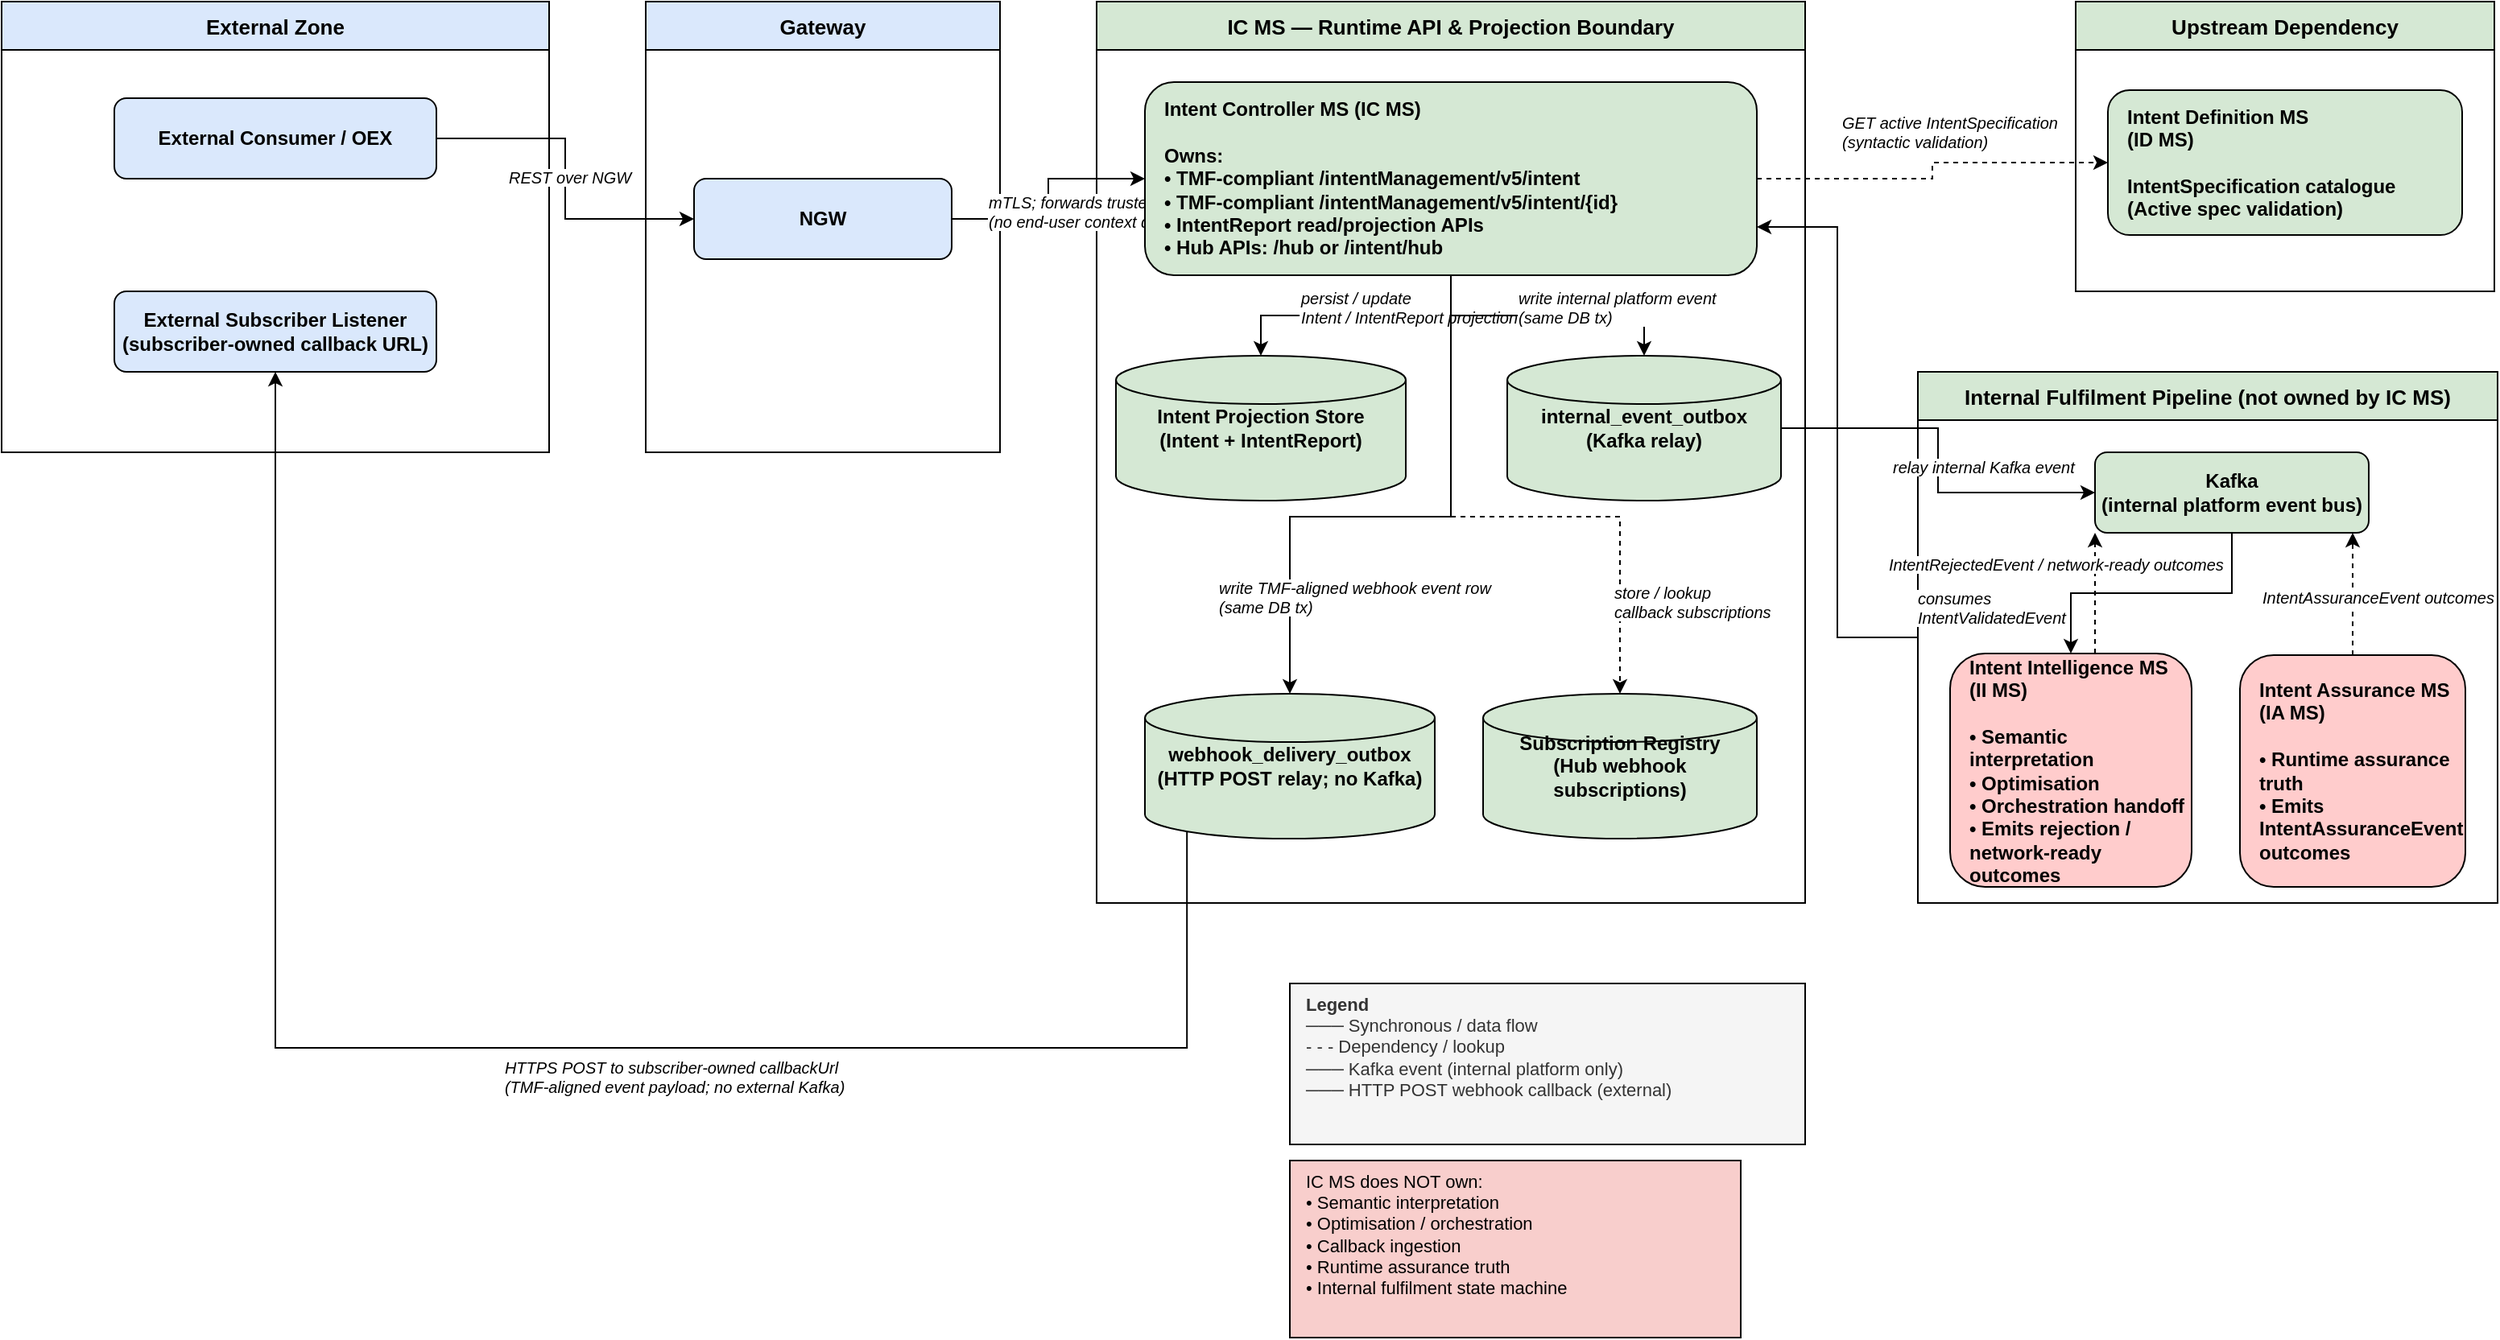
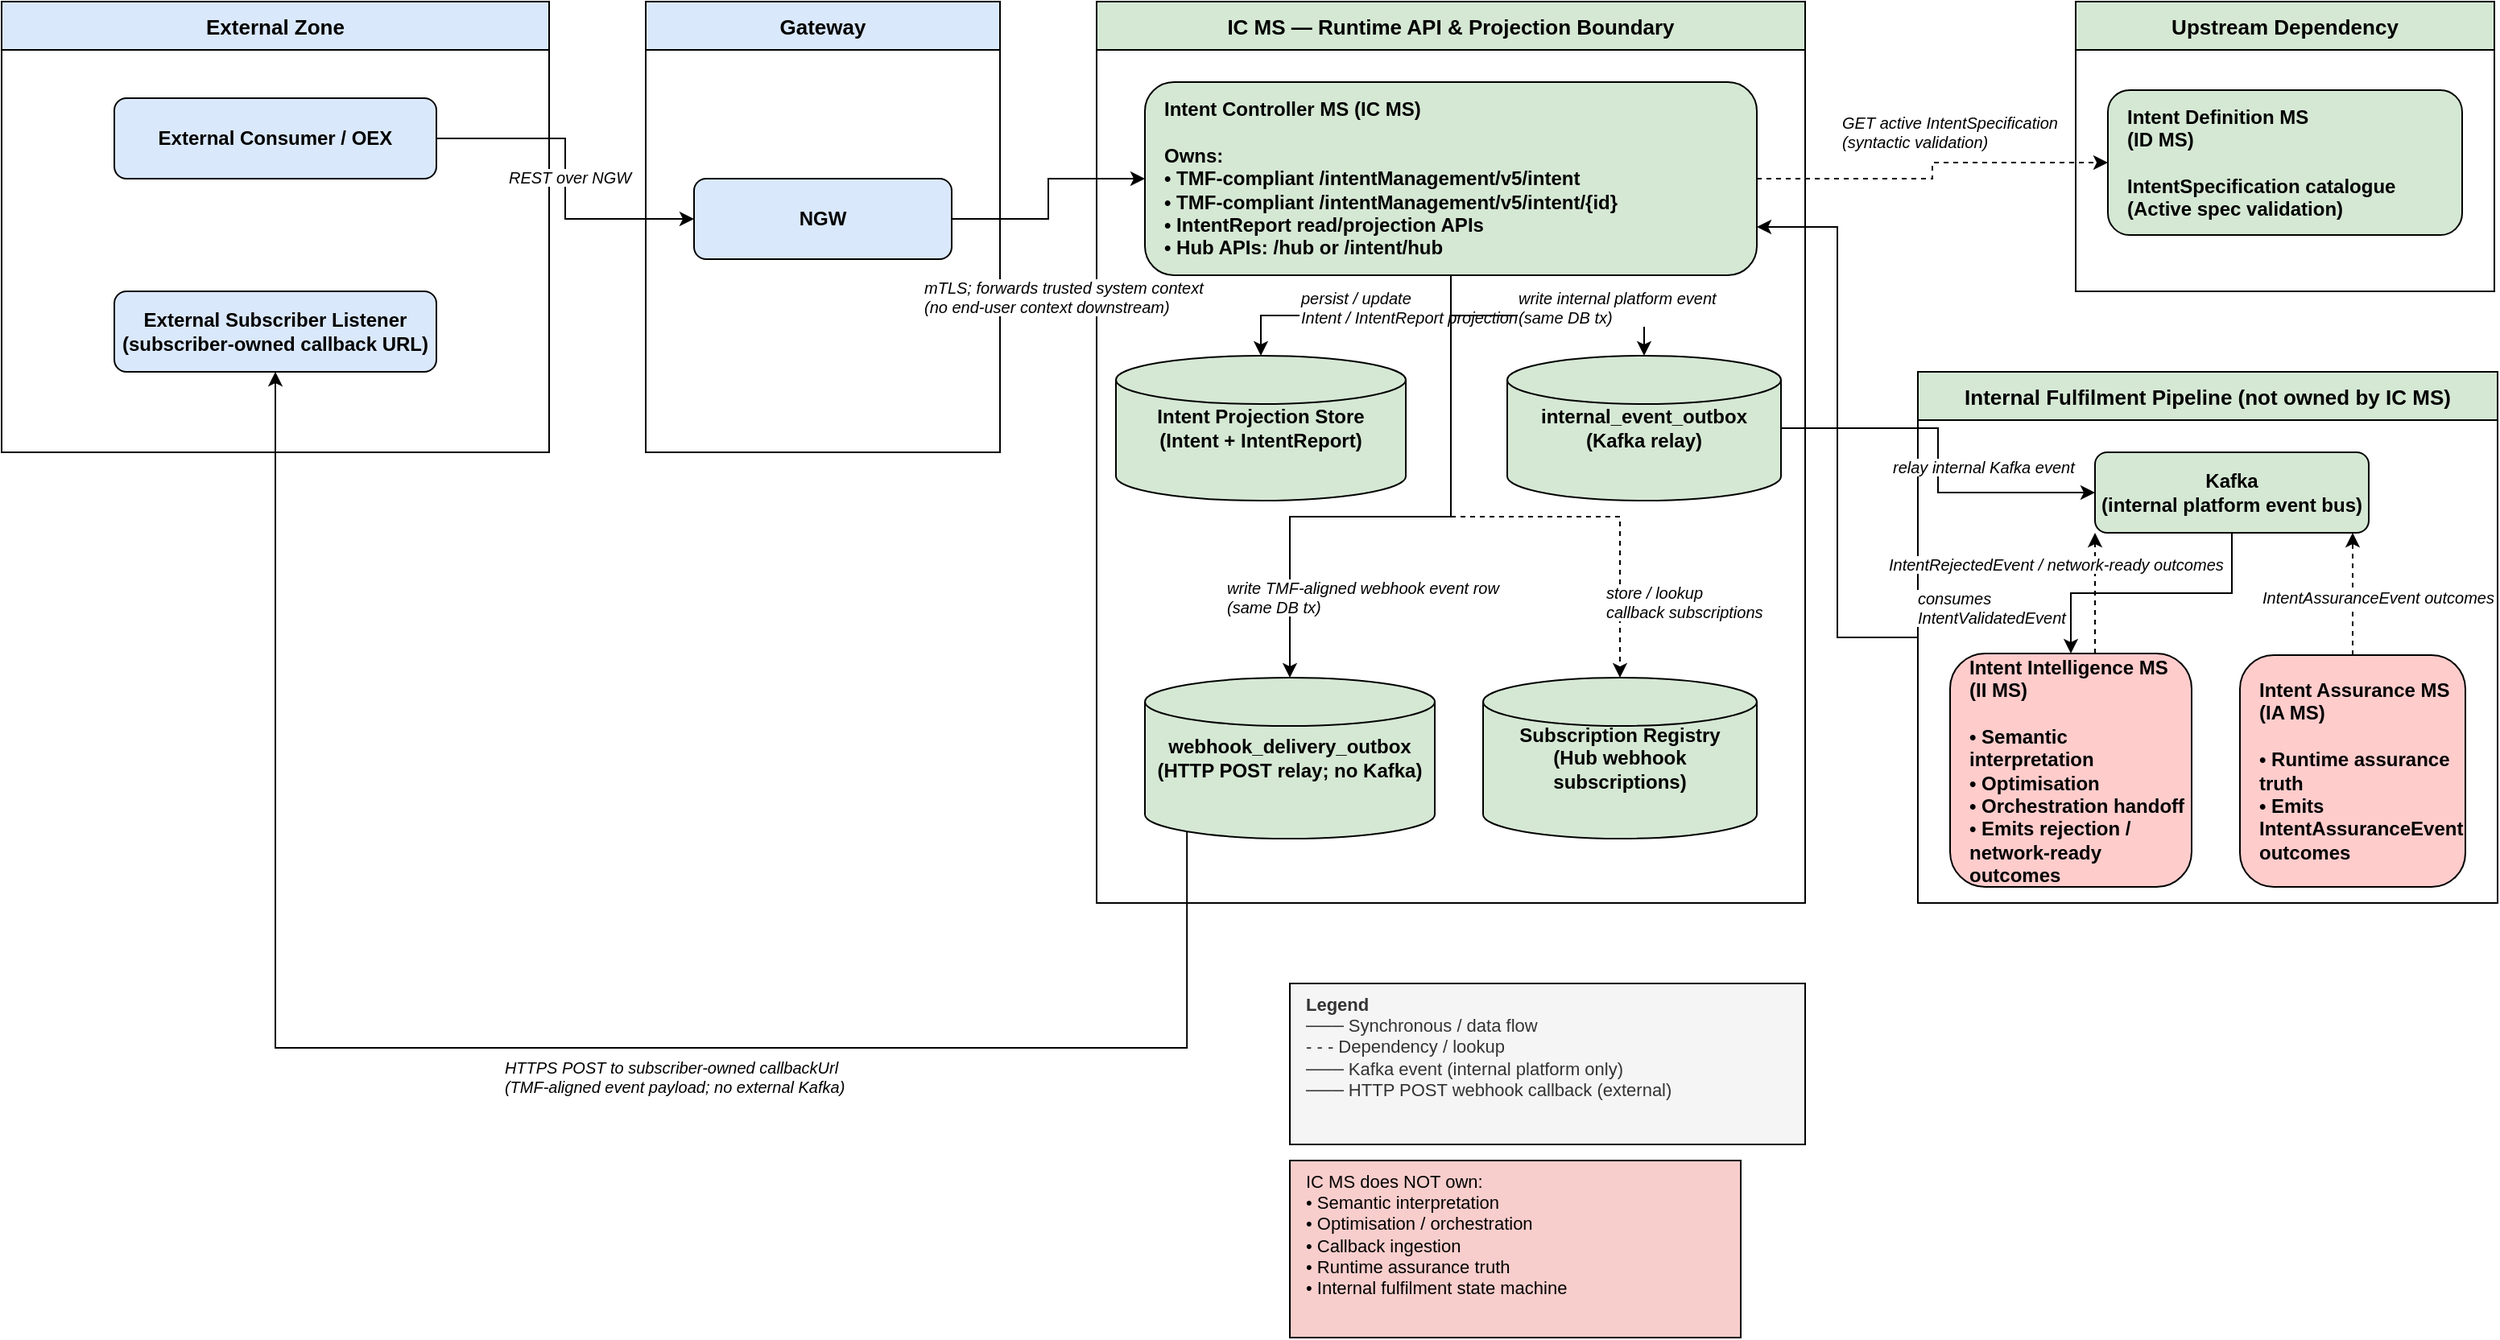
<mxfile host="65bd71144e">
    <diagram name="IC MS - Logical View" id="ic-ms-logical-view">
-         <mxGraphModel dx="716" dy="633" grid="1" gridSize="10" guides="1" tooltips="1" connect="1" arrows="1" fold="1" page="1" pageScale="1" pageWidth="1654" pageHeight="1169" math="0" shadow="0">
+         <mxGraphModel dx="729" dy="633" grid="1" gridSize="10" guides="1" tooltips="1" connect="1" arrows="1" fold="1" page="1" pageScale="1" pageWidth="1654" pageHeight="1169" math="0" shadow="0">
            <root>
                <mxCell id="0"/>
                <mxCell id="1" parent="0"/>
                <mxCell id="zone_external" value="External Zone" style="swimlane;startSize=30;fillColor=#dae8fc;strokeColor=default;fontStyle=1;fontSize=13;horizontal=1;container=0;" parent="1" vertex="1">
                    <mxGeometry x="40" y="40" width="340" height="280" as="geometry"/>
                </mxCell>
                <mxCell id="zone_gateway" value="Gateway" style="swimlane;startSize=30;fillColor=#dae8fc;strokeColor=default;fontStyle=1;fontSize=13;horizontal=1;container=0;" parent="1" vertex="1">
                    <mxGeometry x="440" y="40" width="220" height="280" as="geometry"/>
                </mxCell>
                <mxCell id="zone_icms" value="IC MS — Runtime API &amp; Projection Boundary" style="swimlane;startSize=30;fillColor=#d5e8d4;strokeColor=default;fontStyle=1;fontSize=13;horizontal=1;container=0;" parent="1" vertex="1">
                    <mxGeometry x="720" y="40" width="440" height="560" as="geometry"/>
                </mxCell>
                <mxCell id="zone_idms" value="Upstream Dependency" style="swimlane;startSize=30;fillColor=#d5e8d4;strokeColor=default;fontStyle=1;fontSize=13;horizontal=1;container=0;" parent="1" vertex="1">
                    <mxGeometry x="1328" y="40" width="260" height="180" as="geometry"/>
                </mxCell>
                <mxCell id="0MlcjW0cjBZ2ITzH3IxV-1" style="edgeStyle=orthogonalEdgeStyle;rounded=0;orthogonalLoop=1;jettySize=auto;html=1;entryX=1;entryY=0.75;entryDx=0;entryDy=0;fillColor=#d5e8d4;strokeColor=default;" parent="1" source="zone_internal" target="icms_core" edge="1">
                    <mxGeometry relative="1" as="geometry"/>
                </mxCell>
                <mxCell id="zone_internal" value="Internal Fulfilment Pipeline (not owned by IC MS)" style="swimlane;startSize=30;fillColor=#d5e8d4;strokeColor=default;fontStyle=1;fontSize=13;horizontal=1;container=0;" parent="1" vertex="1">
                    <mxGeometry x="1230" y="270" width="360" height="330" as="geometry"/>
                </mxCell>
                <mxCell id="e1" style="edgeStyle=orthogonalEdgeStyle;rounded=0;" parent="1" source="ext_consumer" target="gateway" edge="1">
                    <mxGeometry relative="1" as="geometry"/>
                </mxCell>
                <mxCell id="e1_lbl" value="REST over NGW" style="edgeLabel;fontSize=10;fontStyle=2;container=0;" parent="e1" connectable="0" vertex="1">
                    <mxGeometry relative="0.5" as="geometry">
                        <mxPoint x="-37" y="-13" as="offset"/>
                    </mxGeometry>
                </mxCell>
                <mxCell id="e2" style="edgeStyle=orthogonalEdgeStyle;rounded=0;" parent="1" source="gateway" target="icms_core" edge="1">
                    <mxGeometry relative="1" as="geometry"/>
                </mxCell>
                <mxCell id="e2_lbl" value="mTLS; forwards trusted system context&#xa;(no end-user context downstream)" style="edgeLabel;fontSize=10;fontStyle=2;container=0;" parent="e2" connectable="0" vertex="1">
                    <mxGeometry relative="0.5" as="geometry">
-                         <mxPoint x="-39" y="-10" as="offset"/>
+                         <mxPoint x="-79" y="43" as="offset"/>
                    </mxGeometry>
                </mxCell>
                <mxCell id="e3" style="edgeStyle=orthogonalEdgeStyle;rounded=0;dashed=1;fillColor=#d5e8d4;strokeColor=default;" parent="1" source="icms_core" target="idms" edge="1">
                    <mxGeometry relative="1" as="geometry"/>
                </mxCell>
                <mxCell id="e3_lbl" value="GET active IntentSpecification&#xa;(syntactic validation)" style="edgeLabel;fontSize=10;fontStyle=2;container=0;" parent="e3" connectable="0" vertex="1">
                    <mxGeometry relative="0.5" as="geometry">
                        <mxPoint x="-58" y="-42" as="offset"/>
                    </mxGeometry>
                </mxCell>
                <mxCell id="e4" style="edgeStyle=orthogonalEdgeStyle;rounded=0;fillColor=#d5e8d4;strokeColor=default;" parent="1" source="icms_core" target="intent_store" edge="1">
                    <mxGeometry relative="1" as="geometry"/>
                </mxCell>
                <mxCell id="e4_lbl" value="persist / update&#xa;Intent / IntentReport projection" style="edgeLabel;fontSize=10;fontStyle=2;container=0;" parent="e4" connectable="0" vertex="1">
                    <mxGeometry relative="0.5" as="geometry">
                        <mxPoint x="-36" y="-23" as="offset"/>
                    </mxGeometry>
                </mxCell>
                <mxCell id="e5" style="edgeStyle=orthogonalEdgeStyle;rounded=0;fillColor=#d5e8d4;strokeColor=default;" parent="1" source="icms_core" target="int_outbox" edge="1">
                    <mxGeometry relative="1" as="geometry"/>
                </mxCell>
                <mxCell id="e5_lbl" value="write internal platform event&#xa;(same DB tx)" style="edgeLabel;fontSize=10;fontStyle=2;container=0;" parent="e5" connectable="0" vertex="1">
                    <mxGeometry relative="0.5" as="geometry">
                        <mxPoint x="-20" y="-23" as="offset"/>
                    </mxGeometry>
                </mxCell>
                <mxCell id="e6" style="edgeStyle=orthogonalEdgeStyle;rounded=0;fillColor=#d5e8d4;strokeColor=default;" parent="1" source="int_outbox" target="kafka" edge="1">
                    <mxGeometry relative="1" as="geometry"/>
                </mxCell>
                <mxCell id="e6_lbl" value="relay internal Kafka event" style="edgeLabel;fontSize=10;fontStyle=2;container=0;" parent="e6" connectable="0" vertex="1">
                    <mxGeometry relative="0.5" as="geometry">
                        <mxPoint x="-30" y="-8" as="offset"/>
                    </mxGeometry>
                </mxCell>
                <mxCell id="e7" style="edgeStyle=orthogonalEdgeStyle;rounded=0;fillColor=#d5e8d4;strokeColor=default;" parent="1" source="kafka" target="iims" edge="1">
                    <mxGeometry relative="1" as="geometry"/>
                </mxCell>
                <mxCell id="e7_lbl" value="consumes&#xa;IntentValidatedEvent" style="edgeLabel;fontSize=10;fontStyle=2;container=0;" parent="e7" connectable="0" vertex="1">
                    <mxGeometry relative="0.5" as="geometry">
                        <mxPoint x="-147" y="-9" as="offset"/>
                    </mxGeometry>
                </mxCell>
                <mxCell id="e8" style="edgeStyle=orthogonalEdgeStyle;rounded=0;dashed=1;fillColor=#d5e8d4;strokeColor=default;" parent="1" source="iims" target="kafka" edge="1">
                    <mxGeometry relative="1" as="geometry">
                        <Array as="points">
                            <mxPoint x="1310" y="490"/>
                            <mxPoint x="1380" y="490"/>
                            <mxPoint x="1380" y="360"/>
                        </Array>
                    </mxGeometry>
                </mxCell>
                <mxCell id="e8_lbl" value="IntentRejectedEvent / network-ready outcomes" style="edgeLabel;fontSize=10;fontStyle=2;container=0;" parent="e8" connectable="0" vertex="1">
                    <mxGeometry relative="0.5" as="geometry">
                        <mxPoint x="-130" y="-30" as="offset"/>
                    </mxGeometry>
                </mxCell>
                <mxCell id="e9" style="edgeStyle=orthogonalEdgeStyle;rounded=0;dashed=1;fillColor=#d5e8d4;strokeColor=default;" parent="1" source="iams" target="kafka" edge="1">
                    <mxGeometry relative="1" as="geometry">
                        <Array as="points">
                            <mxPoint x="1450" y="490"/>
                            <mxPoint x="1450" y="360"/>
                        </Array>
                    </mxGeometry>
                </mxCell>
                <mxCell id="e9_lbl" value="IntentAssuranceEvent outcomes" style="edgeLabel;fontSize=10;fontStyle=2;container=0;" parent="e9" connectable="0" vertex="1">
                    <mxGeometry relative="0.5" as="geometry">
                        <mxPoint x="-58" y="-10" as="offset"/>
                    </mxGeometry>
                </mxCell>
                <mxCell id="e11" style="edgeStyle=orthogonalEdgeStyle;rounded=0;fillColor=#d5e8d4;strokeColor=default;" parent="1" source="icms_core" target="webhook_outbox" edge="1">
                    <mxGeometry relative="1" as="geometry">
                        <Array as="points">
                            <mxPoint x="940" y="360"/>
                            <mxPoint x="840" y="360"/>
                        </Array>
                    </mxGeometry>
                </mxCell>
                <mxCell id="e11_lbl" value="write TMF-aligned webhook event row&#xa;(same DB tx)" style="edgeLabel;fontSize=10;fontStyle=2;container=0;" parent="e11" connectable="0" vertex="1">
                    <mxGeometry relative="0.5" as="geometry">
                        <mxPoint x="-116" y="32" as="offset"/>
                    </mxGeometry>
                </mxCell>
                <mxCell id="e12" style="edgeStyle=orthogonalEdgeStyle;rounded=0;strokeColor=default;exitX=0.145;exitY=1;exitDx=0;exitDy=-4.35;exitPerimeter=0;" parent="1" source="webhook_outbox" target="ext_subscriber" edge="1">
                    <mxGeometry relative="1" as="geometry">
                        <Array as="points">
                            <mxPoint x="776" y="690"/>
                            <mxPoint x="210" y="690"/>
                        </Array>
                    </mxGeometry>
                </mxCell>
                <mxCell id="e12_lbl" value="HTTPS POST to subscriber-owned callbackUrl&#xa;(TMF-aligned event payload; no external Kafka)" style="edgeLabel;fontSize=10;fontStyle=2;container=0;" parent="e12" connectable="0" vertex="1">
                    <mxGeometry relative="0.5" as="geometry"/>
                </mxCell>
                <mxCell id="e13" style="edgeStyle=orthogonalEdgeStyle;rounded=0;dashed=1;fillColor=#d5e8d4;strokeColor=default;" parent="1" source="icms_core" target="sub_registry" edge="1">
                    <mxGeometry relative="1" as="geometry">
                        <Array as="points">
                            <mxPoint x="940" y="360"/>
                            <mxPoint x="1045" y="360"/>
                        </Array>
                    </mxGeometry>
                </mxCell>
                <mxCell id="e13_lbl" value="store / lookup&#xa;callback subscriptions" style="edgeLabel;fontSize=10;fontStyle=2;container=0;" parent="e13" connectable="0" vertex="1">
                    <mxGeometry relative="0.5" as="geometry">
                        <mxPoint x="67" y="35" as="offset"/>
                    </mxGeometry>
                </mxCell>
                <mxCell id="legend" value="&lt;b&gt;Legend&lt;/b&gt;&#xa;─── Synchronous / data flow&#xa;- - - Dependency / lookup&#xa;─── Kafka event (internal platform only)&#xa;─── HTTP POST webhook callback (external)" style="text;html=1;strokeColor=default;fillColor=#f5f5f5;align=left;verticalAlign=top;spacingLeft=8;fontSize=11;fontColor=#333333;container=0;" parent="1" vertex="1">
                    <mxGeometry x="840" y="650" width="320" height="100" as="geometry"/>
                </mxCell>
                <mxCell id="not_owned_note" value="IC MS does NOT own:&#xa;• Semantic interpretation&#xa;• Optimisation / orchestration&#xa;• Callback ingestion&#xa;• Runtime assurance truth&#xa;• Internal fulfilment state machine" style="text;html=1;strokeColor=default;fillColor=#f8cecc;align=left;verticalAlign=top;spacingLeft=8;fontSize=11;container=0;" parent="1" vertex="1">
                    <mxGeometry x="840" y="760" width="280" height="110" as="geometry"/>
                </mxCell>
                <mxCell id="ext_consumer" value="External Consumer / OEX" style="rounded=1;whiteSpace=wrap;html=1;fillColor=#dae8fc;strokeColor=default;fontStyle=1;fontSize=12;container=0;" parent="1" vertex="1">
                    <mxGeometry x="110" y="100" width="200" height="50" as="geometry"/>
                </mxCell>
                <mxCell id="ext_subscriber" value="External Subscriber Listener&#xa;(subscriber-owned callback URL)" style="rounded=1;whiteSpace=wrap;html=1;fillColor=#dae8fc;strokeColor=default;fontStyle=1;fontSize=12;container=0;" parent="1" vertex="1">
                    <mxGeometry x="110" y="220" width="200" height="50" as="geometry"/>
                </mxCell>
                <mxCell id="gateway" value="NGW" style="rounded=1;whiteSpace=wrap;html=1;fillColor=#dae8fc;strokeColor=default;fontStyle=1;fontSize=12;container=0;" parent="1" vertex="1">
                    <mxGeometry x="470" y="150" width="160" height="50" as="geometry"/>
                </mxCell>
                <mxCell id="icms_core" value="Intent Controller MS (IC MS)&lt;br&gt;&lt;br&gt;Owns:&lt;br&gt;• TMF-compliant /intentManagement/v5/intent&lt;br&gt;• TMF-compliant /intentManagement/v5/intent/{id}&lt;br&gt;• IntentReport read/projection APIs&lt;br&gt;• Hub APIs: /hub or /intent/hub" style="rounded=1;whiteSpace=wrap;html=1;fillColor=#d5e8d4;strokeColor=default;fontStyle=1;fontSize=12;align=left;spacingLeft=10;container=0;" parent="1" vertex="1">
                    <mxGeometry x="750" y="90" width="380" height="120" as="geometry"/>
                </mxCell>
                <mxCell id="intent_store" value="Intent Projection Store&#xa;(Intent + IntentReport)" style="shape=cylinder3;whiteSpace=wrap;html=1;fillColor=#d5e8d4;strokeColor=default;fontStyle=1;fontSize=12;container=0;" parent="1" vertex="1">
                    <mxGeometry x="732" y="260" width="180" height="90" as="geometry"/>
                </mxCell>
                <mxCell id="int_outbox" value="internal_event_outbox&#xa;(Kafka relay)" style="shape=cylinder3;whiteSpace=wrap;html=1;fillColor=#d5e8d4;strokeColor=default;fontStyle=1;fontSize=12;container=0;" parent="1" vertex="1">
                    <mxGeometry x="975" y="260" width="170" height="90" as="geometry"/>
                </mxCell>
                <mxCell id="webhook_outbox" value="webhook_delivery_outbox&#xa;(HTTP POST relay; no Kafka)" style="shape=cylinder3;whiteSpace=wrap;html=1;fillColor=#d5e8d4;strokeColor=default;fontStyle=1;fontSize=12;container=0;" parent="1" vertex="1">
-                     <mxGeometry x="750" y="470" width="180" height="90" as="geometry"/>
+                     <mxGeometry x="750" y="460" width="180" height="100" as="geometry"/>
                </mxCell>
                <mxCell id="sub_registry" value="Subscription Registry&#xa;(Hub webhook subscriptions)" style="shape=cylinder3;whiteSpace=wrap;html=1;fillColor=#d5e8d4;strokeColor=default;fontStyle=1;fontSize=12;container=0;" parent="1" vertex="1">
-                     <mxGeometry x="960" y="470" width="170" height="90" as="geometry"/>
+                     <mxGeometry x="960" y="460" width="170" height="100" as="geometry"/>
                </mxCell>
                <mxCell id="idms" value="Intent Definition MS&#xa;(ID MS)&#xa;&#xa;IntentSpecification catalogue&#xa;(Active spec validation)" style="rounded=1;whiteSpace=wrap;html=1;fillColor=#d5e8d4;strokeColor=default;fontStyle=1;fontSize=12;align=left;spacingLeft=10;container=0;" parent="1" vertex="1">
                    <mxGeometry x="1348" y="95" width="220" height="90" as="geometry"/>
                </mxCell>
                <mxCell id="kafka" value="Kafka&#xa;(internal platform event bus)" style="rounded=1;whiteSpace=wrap;html=1;fillColor=#d5e8d4;strokeColor=default;fontStyle=1;fontSize=12;container=0;" parent="1" vertex="1">
                    <mxGeometry x="1340" y="320" width="170" height="50" as="geometry"/>
                </mxCell>
                <mxCell id="iims" value="Intent Intelligence MS&lt;br&gt;(II MS)&lt;br&gt;&lt;br&gt;• Semantic interpretation&lt;br&gt;• Optimisation&lt;br&gt;• Orchestration handoff&lt;br&gt;• Emits rejection / network-ready outcomes" style="rounded=1;whiteSpace=wrap;html=1;fillColor=#ffcccc;strokeColor=default;fontStyle=1;fontSize=12;align=left;spacingLeft=10;container=0;" parent="1" vertex="1">
                    <mxGeometry x="1250" y="445" width="150" height="145" as="geometry"/>
                </mxCell>
                <mxCell id="iams" value="Intent Assurance MS&#xa;(IA MS)&#xa;&#xa;• Runtime assurance truth&#xa;• Emits IntentAssuranceEvent outcomes" style="rounded=1;whiteSpace=wrap;html=1;fillColor=#ffcccc;strokeColor=default;fontStyle=1;fontSize=12;align=left;spacingLeft=10;container=0;" parent="1" vertex="1">
                    <mxGeometry x="1430" y="446" width="140" height="144" as="geometry"/>
                </mxCell>
            </root>
        </mxGraphModel>
    </diagram>
</mxfile>